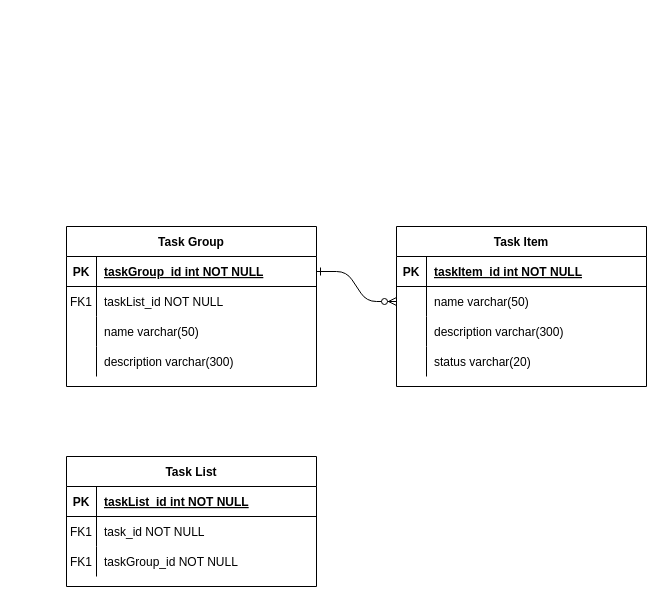
Ace272/Task-Manager-Application keeps this draw.io diagram as Documentation/ER.drawio. Above is the earlier version. Source tidied: cells renumbered, new cells numbered last; positions are measured from the earlier drawing's top-left corner, leaving out a move shared by most shapes. Both pictures are drawn from the tidied source at 100%, with x=0, y=0 at pixel (66, 226).
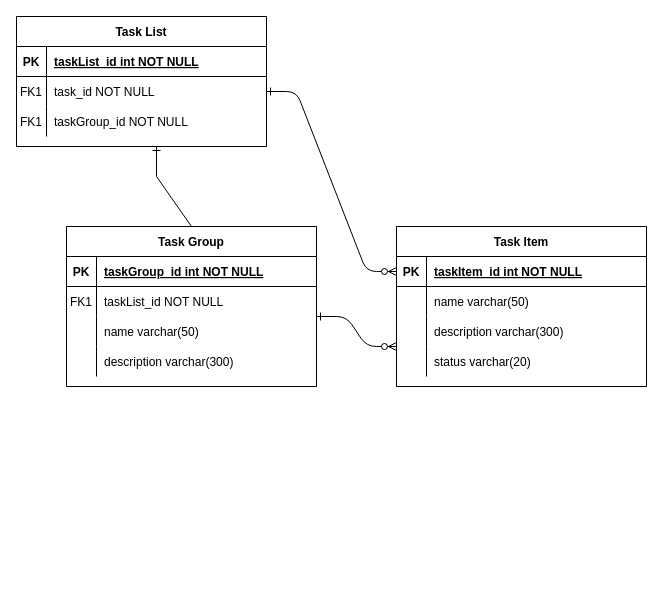
Above is the later version.

The change refers to these unchanged cells:
```xml
<mxCell id="16" value="Task Group" style="shape=table;startSize=30;childLayout=tableLayout;rowLines=0;fontStyle=1;align=center;" parent="1" vertex="1">
  <mxGeometry width="250" height="160" as="geometry" />
</mxCell>
<mxCell id="17" style="shape=partialRectangle;fillColor=none;points=[[0,0.5],[1,0.5]];portConstraint=eastwest;top=0;left=0;right=0;bottom=1;" parent="16" vertex="1">
  <mxGeometry y="30" width="250" height="30" as="geometry" />
</mxCell>
<mxCell id="33" style="shape=partialRectangle;fillColor=none;points=[[0,0.5],[1,0.5]];portConstraint=eastwest;top=0;left=0;right=0;bottom=0;" parent="29" vertex="1">
  <mxGeometry y="60" width="250" height="30" as="geometry" />
</mxCell>
```

What changed in the source:
```diff
@@
-    <mxCell id="2" style="edgeStyle=entityRelationEdgeStyle;endArrow=ERzeroToMany;startArrow=ERone;endFill=1;startFill=0;" parent="1" edge="1" source="17">
+    <mxCell id="2" style="edgeStyle=entityRelationEdgeStyle;endArrow=ERzeroToMany;startArrow=ERone;endFill=1;startFill=0;" parent="1" edge="1">
       <mxGeometry relative="1" as="geometry">
-        <mxPoint x="330" y="75" as="targetPoint" />
+        <mxPoint x="250" y="90" as="sourcePoint" />
+        <mxPoint x="330" y="120" as="targetPoint" />
       </mxGeometry>
     </mxCell>
@@
     <mxCell id="29" value="Task List" style="shape=table;startSize=30;childLayout=tableLayout;rowLines=0;fontStyle=1;align=center;" parent="1" vertex="1">
-      <mxGeometry y="230" width="250" height="130" as="geometry" />
+      <mxGeometry x="-50" y="-210" width="250" height="130" as="geometry" />
     </mxCell>
@@
+    <mxCell id="39" style="edgeStyle=entityRelationEdgeStyle;endArrow=ERzeroToMany;startArrow=ERone;endFill=1;startFill=0;entryX=0;entryY=0.5;entryDx=0;entryDy=0;exitX=1;exitY=0.5;exitDx=0;exitDy=0;" parent="1" edge="1" source="33">
+      <mxGeometry relative="1" as="geometry">
+        <mxPoint x="330" y="45" as="targetPoint" />
+        <Array as="points">
+          <mxPoint x="220" y="-130" />
+          <mxPoint x="220" y="-40" />
+          <mxPoint x="220" y="-30" />
+          <mxPoint x="270" y="40" />
+          <mxPoint x="220" y="-40" />
+        </Array>
+      </mxGeometry>
+    </mxCell>
+    <mxCell id="40" style="endArrow=ERone;html=1;rounded=0;exitX=0.5;exitY=0;exitDx=0;exitDy=0;endFill=0;" parent="1" edge="1" source="16">
+      <mxGeometry relative="1" as="geometry">
+        <mxPoint x="90" y="-80" as="targetPoint" />
+        <Array as="points">
+          <mxPoint x="90" y="-50" />
+        </Array>
+      </mxGeometry>
+    </mxCell>
```
